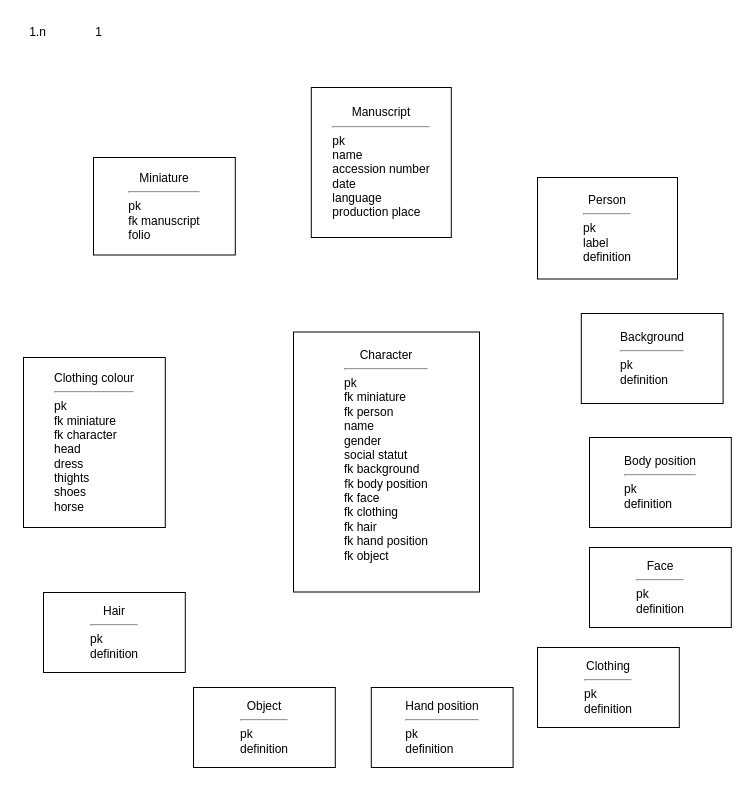
Above: trobairitz.drawio in ellieiri/enluminures_trobairitz (draw.io), before the change. Source tidied: cells renumbered, new cells numbered last; positions are measured from the earlier drawing's top-left corner, leaving out a move shared by most shapes. Both pictures are drawn from the tidied source at 100%, with x=0, y=0 at pixel (17, 17).
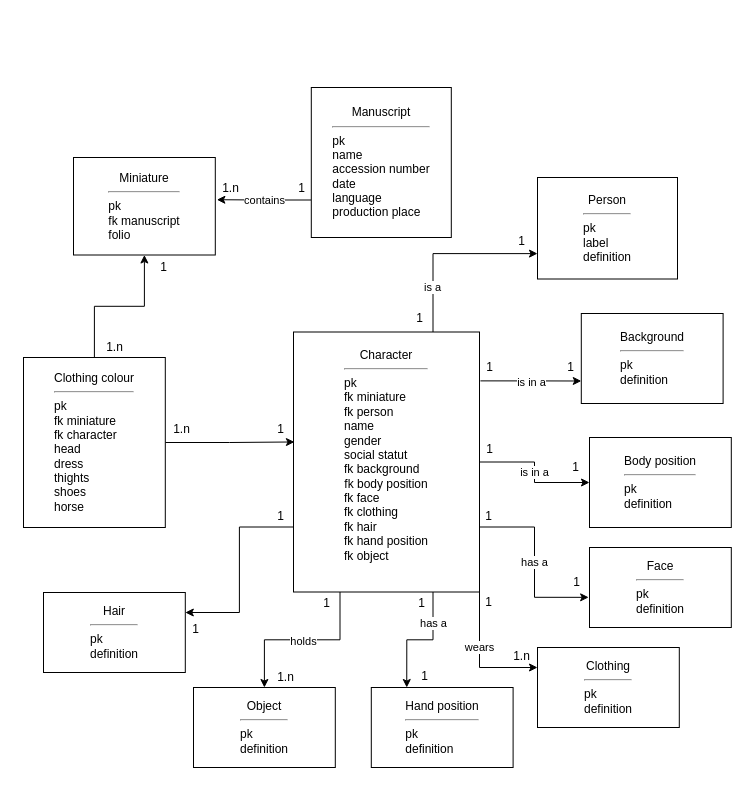
After the change.

Commit message (it also covers changes not shown here):
Mettre à jour trobairitz.drawio

Unchanged cells that the change refers to:
```xml
<mxCell id="2" value="&lt;div&gt;Manuscript&lt;/div&gt;&lt;div&gt;&lt;hr&gt;&lt;/div&gt;&lt;div align=&quot;left&quot;&gt;pk&lt;/div&gt;&lt;div align=&quot;left&quot;&gt;name&lt;br&gt;&lt;/div&gt;&lt;div align=&quot;left&quot;&gt;accession number&lt;/div&gt;&lt;div align=&quot;left&quot;&gt;date&lt;/div&gt;&lt;div align=&quot;left&quot;&gt;language&lt;br&gt;&lt;/div&gt;&lt;div align=&quot;left&quot;&gt;production place&lt;br&gt;&lt;/div&gt;" style="rounded=0;whiteSpace=wrap;html=1;" parent="1" vertex="1">
  <mxGeometry x="293.8" y="70" width="140" height="150" as="geometry" />
</mxCell>
<mxCell id="4" value="&lt;div align=&quot;center&quot;&gt;Person&lt;br&gt;&lt;/div&gt;&lt;div align=&quot;center&quot;&gt;&lt;hr&gt;&lt;/div&gt;&lt;div align=&quot;left&quot;&gt;pk&lt;/div&gt;&lt;div align=&quot;left&quot;&gt;label&lt;/div&gt;&lt;div align=&quot;left&quot;&gt;definition&lt;br&gt;&lt;/div&gt;" style="rounded=0;whiteSpace=wrap;html=1;align=center;" parent="1" vertex="1">
  <mxGeometry x="520" y="160" width="140" height="101.5" as="geometry" />
</mxCell>
<mxCell id="7" value="&lt;div align=&quot;center&quot;&gt;Character&lt;br&gt;&lt;/div&gt;&lt;div align=&quot;center&quot;&gt;&lt;hr&gt;&lt;/div&gt;&lt;div align=&quot;left&quot;&gt;pk&lt;/div&gt;&lt;div align=&quot;left&quot;&gt;fk miniature&lt;br&gt;&lt;/div&gt;&lt;div align=&quot;left&quot;&gt;fk person&lt;br&gt;&lt;/div&gt;&lt;div align=&quot;left&quot;&gt;name&lt;/div&gt;&lt;div align=&quot;left&quot;&gt;gender&lt;/div&gt;&lt;div align=&quot;left&quot;&gt;social statut&lt;br&gt;&lt;/div&gt;&lt;div align=&quot;left&quot;&gt;fk background&lt;/div&gt;&lt;div&gt;fk body position&lt;/div&gt;&lt;div align=&quot;left&quot;&gt;fk face&lt;/div&gt;&lt;div align=&quot;left&quot;&gt;fk clothing&lt;/div&gt;&lt;div align=&quot;left&quot;&gt;fk hair&lt;/div&gt;&lt;div align=&quot;left&quot;&gt;fk hand position&lt;/div&gt;&lt;div align=&quot;left&quot;&gt;fk object&lt;br&gt;&lt;/div&gt;&lt;div&gt;&lt;br&gt;&lt;/div&gt;" style="rounded=0;whiteSpace=wrap;html=1;align=center;" parent="1" vertex="1">
  <mxGeometry x="276" y="314.5" width="186" height="260" as="geometry" />
</mxCell>
<mxCell id="8" value="&lt;div&gt;Background&lt;br&gt;&lt;/div&gt;&lt;div&gt;&lt;hr&gt;&lt;/div&gt;&lt;div align=&quot;left&quot;&gt;pk&lt;/div&gt;&lt;div align=&quot;left&quot;&gt;definition&lt;/div&gt;" style="rounded=0;whiteSpace=wrap;html=1;" parent="1" vertex="1">
  <mxGeometry x="563.8" y="296" width="141.8" height="90" as="geometry" />
</mxCell>
<mxCell id="9" value="&lt;div&gt;Body position&lt;br&gt;&lt;/div&gt;&lt;div&gt;&lt;hr&gt;&lt;/div&gt;&lt;div align=&quot;left&quot;&gt;pk&lt;/div&gt;&lt;div align=&quot;left&quot;&gt;definition&lt;/div&gt;" style="rounded=0;whiteSpace=wrap;html=1;" parent="1" vertex="1">
  <mxGeometry x="572" y="420" width="141.8" height="90" as="geometry" />
</mxCell>
<mxCell id="10" value="&lt;div&gt;Clothing&lt;br&gt;&lt;/div&gt;&lt;div&gt;&lt;hr&gt;&lt;/div&gt;&lt;div align=&quot;left&quot;&gt;pk&lt;/div&gt;&lt;div align=&quot;left&quot;&gt;definition&lt;/div&gt;" style="rounded=0;whiteSpace=wrap;html=1;" parent="1" vertex="1">
  <mxGeometry x="520" y="630" width="141.8" height="80" as="geometry" />
</mxCell>
<mxCell id="11" value="&lt;div&gt;Clothing colour&lt;br&gt;&lt;/div&gt;&lt;div&gt;&lt;hr&gt;&lt;/div&gt;&lt;div align=&quot;left&quot;&gt;pk&lt;/div&gt;&lt;div align=&quot;left&quot;&gt;fk miniature&lt;br&gt;&lt;/div&gt;&lt;div align=&quot;left&quot;&gt;fk character&lt;/div&gt;&lt;div align=&quot;left&quot;&gt;head&lt;/div&gt;&lt;div align=&quot;left&quot;&gt;dress&lt;/div&gt;&lt;div align=&quot;left&quot;&gt;thights&lt;/div&gt;&lt;div align=&quot;left&quot;&gt;shoes&lt;/div&gt;&lt;div align=&quot;left&quot;&gt;horse&lt;br&gt;&lt;/div&gt;" style="rounded=0;whiteSpace=wrap;html=1;" parent="1" vertex="1">
  <mxGeometry x="6" y="340" width="141.8" height="170" as="geometry" />
</mxCell>
<mxCell id="12" value="&lt;div&gt;Face&lt;br&gt;&lt;/div&gt;&lt;div&gt;&lt;hr&gt;&lt;/div&gt;&lt;div align=&quot;left&quot;&gt;pk&lt;/div&gt;&lt;div align=&quot;left&quot;&gt;definition&lt;/div&gt;" style="rounded=0;whiteSpace=wrap;html=1;" parent="1" vertex="1">
  <mxGeometry x="572" y="530" width="141.8" height="80" as="geometry" />
</mxCell>
<mxCell id="13" value="&lt;div&gt;Hair&lt;br&gt;&lt;/div&gt;&lt;div&gt;&lt;hr&gt;&lt;/div&gt;&lt;div align=&quot;left&quot;&gt;pk&lt;/div&gt;&lt;div align=&quot;left&quot;&gt;definition&lt;/div&gt;" style="rounded=0;whiteSpace=wrap;html=1;" parent="1" vertex="1">
  <mxGeometry x="26" y="575" width="141.8" height="80" as="geometry" />
</mxCell>
<mxCell id="14" value="&lt;div&gt;Hand position&lt;br&gt;&lt;/div&gt;&lt;div&gt;&lt;hr&gt;&lt;/div&gt;&lt;div align=&quot;left&quot;&gt;pk&lt;/div&gt;&lt;div align=&quot;left&quot;&gt;definition&lt;/div&gt;" style="rounded=0;whiteSpace=wrap;html=1;" parent="1" vertex="1">
  <mxGeometry x="353.8" y="670" width="141.8" height="80" as="geometry" />
</mxCell>
<mxCell id="15" value="&lt;div&gt;Object&lt;br&gt;&lt;/div&gt;&lt;div&gt;&lt;hr&gt;&lt;/div&gt;&lt;div align=&quot;left&quot;&gt;pk&lt;/div&gt;&lt;div align=&quot;left&quot;&gt;definition&lt;/div&gt;" style="rounded=0;whiteSpace=wrap;html=1;" parent="1" vertex="1">
  <mxGeometry x="176" y="670" width="141.8" height="80" as="geometry" />
</mxCell>
```

What changed in the source:
```diff
@@
+    <mxCell id="16" value="contains" style="edgeStyle=orthogonalEdgeStyle;rounded=0;jettySize=auto;html=1;exitX=0;exitY=0.75;exitDx=0;exitDy=0;entryX=1.011;entryY=0.433;entryDx=0;entryDy=0;entryPerimeter=0;" parent="1" edge="1" source="2" target="3">
+      <mxGeometry relative="1" as="geometry" />
+    </mxCell>
@@
     <mxCell id="3" value="&lt;div&gt;Miniature&lt;br&gt;&lt;/div&gt;&lt;div&gt;&lt;hr&gt;&lt;/div&gt;&lt;div align=&quot;left&quot;&gt;pk&lt;/div&gt;&lt;div align=&quot;left&quot;&gt;fk manuscript&lt;/div&gt;&lt;div align=&quot;left&quot;&gt;folio&lt;/div&gt;" style="rounded=0;whiteSpace=wrap;html=1;" parent="1" vertex="1">
-      <mxGeometry x="76" y="140" width="141.8" height="97.5" as="geometry" />
+      <mxGeometry x="56" y="140" width="141.8" height="97.5" as="geometry" />
     </mxCell>
@@
-    <mxCell id="5" value="1.n" style="text;html=1;align=center;verticalAlign=middle;strokeColor=none;fillColor=none;" parent="1" vertex="1">
-      <mxGeometry width="40" height="30" as="geometry" />
-    </mxCell>
     <mxCell id="6" value="1" style="text;html=1;align=center;verticalAlign=middle;strokeColor=none;fillColor=none;" parent="1" vertex="1">
-      <mxGeometry x="66" width="30" height="30" as="geometry" />
+      <mxGeometry x="269" y="156" width="30" height="30" as="geometry" />
     </mxCell>
+    <mxCell id="17" style="edgeStyle=orthogonalEdgeStyle;rounded=0;jettySize=auto;html=1;exitX=0.75;exitY=0;exitDx=0;exitDy=0;entryX=0;entryY=0.75;entryDx=0;entryDy=0;" parent="1" edge="1" source="7" target="4">
+      <mxGeometry relative="1" as="geometry" />
+    </mxCell>
+    <mxCell id="18" value="is a " style="edgeLabel;html=1;align=center;verticalAlign=middle;" parent="17" vertex="1">
+      <mxGeometry x="-0.52" y="1" relative="1" as="geometry">
+        <mxPoint y="-1" as="offset" />
+      </mxGeometry>
+    </mxCell>
+    <mxCell id="19" style="edgeStyle=orthogonalEdgeStyle;rounded=0;jettySize=auto;html=1;exitX=1.005;exitY=0.188;exitDx=0;exitDy=0;entryX=0;entryY=0.75;entryDx=0;entryDy=0;exitPerimeter=0;" parent="1" edge="1" source="7" target="8">
+      <mxGeometry relative="1" as="geometry" />
+    </mxCell>
+    <mxCell id="20" value="is in a" style="edgeLabel;html=1;align=center;verticalAlign=middle;" parent="19" vertex="1">
+      <mxGeometry x="0.02" y="-1" relative="1" as="geometry" />
+    </mxCell>
+    <mxCell id="21" value="is in a" style="edgeStyle=orthogonalEdgeStyle;rounded=0;jettySize=auto;html=1;exitX=1;exitY=0.5;exitDx=0;exitDy=0;entryX=0;entryY=0.5;entryDx=0;entryDy=0;" parent="1" edge="1" source="7" target="9">
+      <mxGeometry relative="1" as="geometry" />
+    </mxCell>
+    <mxCell id="22" value="has a" style="edgeStyle=orthogonalEdgeStyle;rounded=0;jettySize=auto;html=1;exitX=1;exitY=0.75;exitDx=0;exitDy=0;entryX=-0.006;entryY=0.623;entryDx=0;entryDy=0;entryPerimeter=0;" parent="1" edge="1" source="7" target="12">
+      <mxGeometry relative="1" as="geometry" />
+    </mxCell>
+    <mxCell id="23" value="wears" style="edgeStyle=orthogonalEdgeStyle;rounded=0;jettySize=auto;html=1;exitX=1;exitY=1;exitDx=0;exitDy=0;entryX=0;entryY=0.25;entryDx=0;entryDy=0;" parent="1" edge="1" source="7" target="10">
+      <mxGeometry x="-0.17" relative="1" as="geometry" />
+    </mxCell>
+    <mxCell id="24" style="edgeStyle=orthogonalEdgeStyle;rounded=0;jettySize=auto;html=1;exitX=0.75;exitY=1;exitDx=0;exitDy=0;entryX=0.25;entryY=0;entryDx=0;entryDy=0;" parent="1" edge="1" source="7" target="14">
+      <mxGeometry relative="1" as="geometry" />
+    </mxCell>
+    <mxCell id="25" value="has a" style="edgeLabel;html=1;align=center;verticalAlign=middle;" parent="24" vertex="1">
+      <mxGeometry x="-0.47" relative="1" as="geometry">
+        <mxPoint y="-1" as="offset" />
+      </mxGeometry>
+    </mxCell>
+    <mxCell id="26" style="edgeStyle=orthogonalEdgeStyle;rounded=0;jettySize=auto;html=1;exitX=0.25;exitY=1;exitDx=0;exitDy=0;entryX=0.5;entryY=0;entryDx=0;entryDy=0;" parent="1" edge="1" source="7" target="15">
+      <mxGeometry relative="1" as="geometry" />
+    </mxCell>
+    <mxCell id="27" value="holds" style="edgeLabel;html=1;align=center;verticalAlign=middle;" parent="26" vertex="1">
+      <mxGeometry x="-0.01" y="1" relative="1" as="geometry" />
+    </mxCell>
+    <mxCell id="28" style="edgeStyle=orthogonalEdgeStyle;rounded=0;jettySize=auto;html=1;exitX=0;exitY=0.75;exitDx=0;exitDy=0;entryX=1;entryY=0.25;entryDx=0;entryDy=0;" parent="1" edge="1" source="7" target="13">
+      <mxGeometry relative="1" as="geometry" />
+    </mxCell>
@@
+    <mxCell id="29" style="edgeStyle=orthogonalEdgeStyle;rounded=0;jettySize=auto;html=1;exitX=1;exitY=0.5;exitDx=0;exitDy=0;entryX=0.005;entryY=0.423;entryDx=0;entryDy=0;entryPerimeter=0;" parent="1" edge="1" source="11" target="7">
+      <mxGeometry relative="1" as="geometry" />
+    </mxCell>
+    <mxCell id="30" style="edgeStyle=orthogonalEdgeStyle;rounded=0;jettySize=auto;html=1;exitX=0.5;exitY=0;exitDx=0;exitDy=0;entryX=0.5;entryY=1;entryDx=0;entryDy=0;" parent="1" edge="1" source="11" target="3">
+      <mxGeometry relative="1" as="geometry" />
+    </mxCell>
@@
+    <mxCell id="31" value="1.n" style="text;html=1;align=center;verticalAlign=middle;strokeColor=none;fillColor=none;" parent="1" vertex="1">
+      <mxGeometry x="193" y="156" width="40" height="30" as="geometry" />
+    </mxCell>
+    <mxCell id="32" value="1" style="text;html=1;align=center;verticalAlign=middle;strokeColor=none;fillColor=none;" parent="1" vertex="1">
+      <mxGeometry x="387" y="285.5" width="30" height="30" as="geometry" />
+    </mxCell>
+    <mxCell id="33" value="1" style="text;html=1;align=center;verticalAlign=middle;strokeColor=none;fillColor=none;" parent="1" vertex="1">
+      <mxGeometry x="489" y="209" width="30" height="30" as="geometry" />
+    </mxCell>
+    <mxCell id="34" value="1" style="text;html=1;align=center;verticalAlign=middle;strokeColor=none;fillColor=none;" parent="1" vertex="1">
+      <mxGeometry x="457" y="335" width="30" height="30" as="geometry" />
+    </mxCell>
+    <mxCell id="35" value="1" style="text;html=1;align=center;verticalAlign=middle;strokeColor=none;fillColor=none;" parent="1" vertex="1">
+      <mxGeometry x="537.8" y="335" width="30" height="30" as="geometry" />
+    </mxCell>
+    <mxCell id="36" value="1" style="text;html=1;align=center;verticalAlign=middle;strokeColor=none;fillColor=none;" parent="1" vertex="1">
+      <mxGeometry x="457" y="417" width="30" height="30" as="geometry" />
+    </mxCell>
+    <mxCell id="37" value="1" style="text;html=1;align=center;verticalAlign=middle;strokeColor=none;fillColor=none;" parent="1" vertex="1">
+      <mxGeometry x="542.8" y="434.5" width="30" height="30" as="geometry" />
+    </mxCell>
+    <mxCell id="38" value="1" style="text;html=1;align=center;verticalAlign=middle;strokeColor=none;fillColor=none;" parent="1" vertex="1">
+      <mxGeometry x="455.6" y="484" width="30" height="30" as="geometry" />
+    </mxCell>
+    <mxCell id="39" value="1" style="text;html=1;align=center;verticalAlign=middle;strokeColor=none;fillColor=none;" parent="1" vertex="1">
+      <mxGeometry x="543.8" y="550" width="30" height="30" as="geometry" />
+    </mxCell>
+    <mxCell id="40" value="1" style="text;html=1;align=center;verticalAlign=middle;strokeColor=none;fillColor=none;" parent="1" vertex="1">
+      <mxGeometry x="456" y="570" width="30" height="30" as="geometry" />
+    </mxCell>
+    <mxCell id="41" value="1.n" style="text;html=1;align=center;verticalAlign=middle;strokeColor=none;fillColor=none;" parent="1" vertex="1">
+      <mxGeometry x="484" y="624" width="40" height="30" as="geometry" />
+    </mxCell>
+    <mxCell id="42" value="1" style="text;html=1;align=center;verticalAlign=middle;strokeColor=none;fillColor=none;" parent="1" vertex="1">
+      <mxGeometry x="389" y="571" width="30" height="30" as="geometry" />
+    </mxCell>
+    <mxCell id="43" value="1" style="text;html=1;align=center;verticalAlign=middle;strokeColor=none;fillColor=none;" parent="1" vertex="1">
+      <mxGeometry x="391.8" y="644" width="30" height="30" as="geometry" />
+    </mxCell>
+    <mxCell id="44" value="1" style="text;html=1;align=center;verticalAlign=middle;strokeColor=none;fillColor=none;" parent="1" vertex="1">
+      <mxGeometry x="293.8" y="571" width="30" height="30" as="geometry" />
+    </mxCell>
+    <mxCell id="45" value="1.n" style="text;html=1;align=center;verticalAlign=middle;strokeColor=none;fillColor=none;" parent="1" vertex="1">
+      <mxGeometry x="247.8" y="645" width="40" height="30" as="geometry" />
+    </mxCell>
+    <mxCell id="46" value="1" style="text;html=1;align=center;verticalAlign=middle;strokeColor=none;fillColor=none;" parent="1" vertex="1">
+      <mxGeometry x="247.8" y="484" width="30" height="30" as="geometry" />
+    </mxCell>
+    <mxCell id="47" value="1" style="text;html=1;align=center;verticalAlign=middle;strokeColor=none;fillColor=none;" parent="1" vertex="1">
+      <mxGeometry x="163" y="597" width="30" height="30" as="geometry" />
+    </mxCell>
+    <mxCell id="48" value="1.n" style="text;html=1;align=center;verticalAlign=middle;strokeColor=none;fillColor=none;" parent="1" vertex="1">
+      <mxGeometry x="76.9" y="314.5" width="40" height="30" as="geometry" />
+    </mxCell>
+    <mxCell id="49" value="1" style="text;html=1;align=center;verticalAlign=middle;strokeColor=none;fillColor=none;" parent="1" vertex="1">
+      <mxGeometry x="131" y="234.5" width="30" height="30" as="geometry" />
+    </mxCell>
+    <mxCell id="50" value="1" style="text;html=1;align=center;verticalAlign=middle;strokeColor=none;fillColor=none;" parent="1" vertex="1">
+      <mxGeometry x="247.8" y="397" width="30" height="30" as="geometry" />
+    </mxCell>
+    <mxCell id="51" value="1.n" style="text;html=1;align=center;verticalAlign=middle;strokeColor=none;fillColor=none;" parent="1" vertex="1">
+      <mxGeometry x="143.8" y="397" width="40" height="30" as="geometry" />
+    </mxCell>
```
